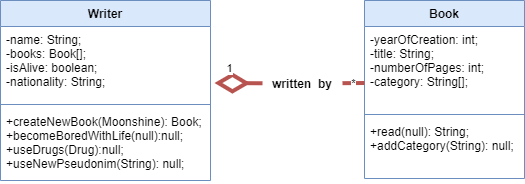
The draw.io diagram 07-AggregationAndComposition/WriterBook.png in Malichenko-Maksym/pp3, before a commit. Source tidied: cells renumbered, new cells last; positions are measured from the earlier drawing's top-left corner, leaving out a move shared by most shapes. The source it was exported from:
```xml
<mxGraphModel>
  <root>
    <mxCell id="0" />
    <mxCell id="1" parent="0" />
    <mxCell id="2" value="Writer" style="swimlane;fontStyle=1;align=center;verticalAlign=top;horizontal=1;startSize=26;fillColor=#dae8fc;strokeColor=#6c8ebf;fontColor=#000000;" parent="1" vertex="1">
      <mxGeometry width="210" height="180" as="geometry" />
    </mxCell>
    <mxCell id="3" value="-name: String;&#10;-books: Book[];&#10;-isAlive: boolean;&#10;-nationality: String;" style="text;strokeColor=none;fillColor=none;align=left;verticalAlign=top;spacingLeft=4;spacingRight=4;overflow=hidden;" parent="2" vertex="1">
      <mxGeometry y="26" width="210" height="74" as="geometry" />
    </mxCell>
    <mxCell id="4" style="line;strokeWidth=1;fillColor=none;align=left;verticalAlign=middle;spacingTop=-1;spacingLeft=3;spacingRight=3;labelPosition=right;strokeColor=inherit;" parent="2" vertex="1">
      <mxGeometry y="100" width="210" height="8" as="geometry" />
    </mxCell>
    <mxCell id="5" value="+createNewBook(Moonshine): Book;&#10;+becomeBoredWithLife(null):null;&#10;+useDrugs(Drug):null;&#10;+useNewPseudonim(String): null;&#10;" style="text;strokeColor=none;fillColor=none;align=left;verticalAlign=top;spacingLeft=4;spacingRight=4;overflow=hidden;" parent="2" vertex="1">
      <mxGeometry y="108" width="210" height="72" as="geometry" />
    </mxCell>
    <mxCell id="6" value="Book" style="swimlane;fontStyle=1;align=center;verticalAlign=top;horizontal=1;startSize=26;fillColor=#dae8fc;strokeColor=#6c8ebf;fontColor=#000000;" parent="1" vertex="1">
      <mxGeometry x="364" width="160" height="178" as="geometry" />
    </mxCell>
    <mxCell id="7" value="-yearOfCreation: int;&#10;-title: String;&#10;-numberOfPages: int;&#10;-category: String[];&#10;" style="text;strokeColor=none;fillColor=none;align=left;verticalAlign=top;spacingLeft=4;spacingRight=4;overflow=hidden;" parent="6" vertex="1">
      <mxGeometry y="26" width="160" height="84" as="geometry" />
    </mxCell>
    <mxCell id="8" style="line;strokeWidth=1;fillColor=none;align=left;verticalAlign=middle;spacingTop=-1;spacingLeft=3;spacingRight=3;labelPosition=right;strokeColor=inherit;" parent="6" vertex="1">
      <mxGeometry y="110" width="160" height="8" as="geometry" />
    </mxCell>
    <mxCell id="9" value="+read(null): String;&#10;+addCategory(String): null;" style="text;strokeColor=none;fillColor=none;align=left;verticalAlign=top;spacingLeft=4;spacingRight=4;overflow=hidden;" parent="6" vertex="1">
      <mxGeometry y="118" width="160" height="60" as="geometry" />
    </mxCell>
    <mxCell id="10" style="endArrow=diamondThin;endFill=0;endSize=24;html=1;rounded=0;fillColor=#f8cecc;strokeColor=#b85450;strokeWidth=4;startArrow=none;" parent="1" edge="1" source="12">
      <mxGeometry relative="1" as="geometry">
        <mxPoint x="214" y="82.5" as="targetPoint" />
      </mxGeometry>
    </mxCell>
    <mxCell id="11" value="1" style="edgeLabel;html=1;align=center;verticalAlign=middle;fontColor=#000000;labelBackgroundColor=#FFFFFF;" parent="10" vertex="1">
      <mxGeometry x="0.81" relative="1" as="geometry">
        <mxPoint x="10" y="-15" as="offset" />
      </mxGeometry>
    </mxCell>
    <mxCell id="12" value="written  by" style="text;align=center;fontStyle=1;verticalAlign=middle;spacingLeft=3;spacingRight=3;strokeColor=none;points=[[0,0.5],[1,0.5]];portConstraint=eastwest;" parent="1" vertex="1">
      <mxGeometry x="262" y="70" width="80" height="26" as="geometry" />
    </mxCell>
    <mxCell id="13" value="*" style="endArrow=none;endFill=0;endSize=24;html=1;rounded=0;fillColor=#f8cecc;strokeColor=#b85450;strokeWidth=4;" parent="1" edge="1" target="12">
      <mxGeometry relative="1" as="geometry">
        <mxPoint x="364" y="82.5" as="sourcePoint" />
      </mxGeometry>
    </mxCell>
  </root>
</mxGraphModel>
```
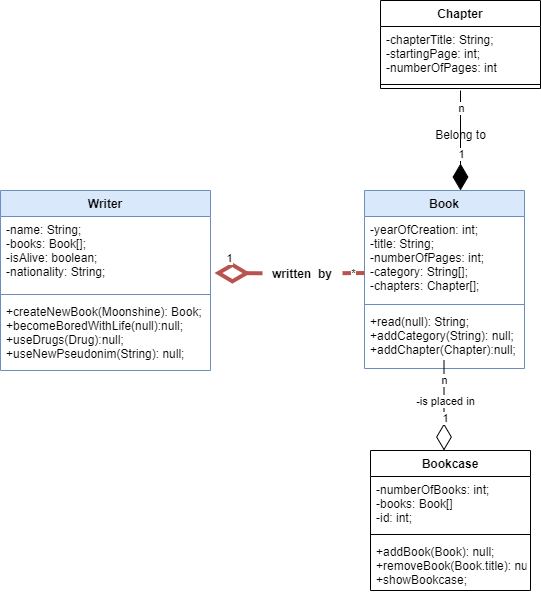
Later version of the same file.

The edit, as a diff of the source:
```diff
@@ -17,13 +17,13 @@
     <mxCell id="6" value="Book" style="swimlane;fontStyle=1;align=center;verticalAlign=top;horizontal=1;startSize=26;fillColor=#dae8fc;strokeColor=#6c8ebf;fontColor=#000000;" parent="1" vertex="1">
       <mxGeometry x="364" width="160" height="178" as="geometry" />
     </mxCell>
-    <mxCell id="7" value="-yearOfCreation: int;&#10;-title: String;&#10;-numberOfPages: int;&#10;-category: String[];&#10;" style="text;strokeColor=none;fillColor=none;align=left;verticalAlign=top;spacingLeft=4;spacingRight=4;overflow=hidden;" parent="6" vertex="1">
+    <mxCell id="7" value="-yearOfCreation: int;&#10;-title: String;&#10;-numberOfPages: int;&#10;-category: String[];&#10;-chapters: Chapter[];&#10;" style="text;strokeColor=none;fillColor=none;align=left;verticalAlign=top;spacingLeft=4;spacingRight=4;overflow=hidden;" parent="6" vertex="1">
       <mxGeometry y="26" width="160" height="84" as="geometry" />
     </mxCell>
     <mxCell id="8" style="line;strokeWidth=1;fillColor=none;align=left;verticalAlign=middle;spacingTop=-1;spacingLeft=3;spacingRight=3;labelPosition=right;strokeColor=inherit;" parent="6" vertex="1">
       <mxGeometry y="110" width="160" height="8" as="geometry" />
     </mxCell>
-    <mxCell id="9" value="+read(null): String;&#10;+addCategory(String): null;" style="text;strokeColor=none;fillColor=none;align=left;verticalAlign=top;spacingLeft=4;spacingRight=4;overflow=hidden;" parent="6" vertex="1">
+    <mxCell id="9" value="+read(null): String;&#10;+addCategory(String): null;&#10;+addChapter(Chapter):null;" style="text;strokeColor=none;fillColor=none;align=left;verticalAlign=top;spacingLeft=4;spacingRight=4;overflow=hidden;" parent="6" vertex="1">
       <mxGeometry y="118" width="160" height="60" as="geometry" />
     </mxCell>
     <mxCell id="10" style="endArrow=diamondThin;endFill=0;endSize=24;html=1;rounded=0;fillColor=#f8cecc;strokeColor=#b85450;strokeWidth=4;startArrow=none;" parent="1" edge="1" source="12">
@@ -44,5 +44,55 @@
         <mxPoint x="364" y="82.5" as="sourcePoint" />
       </mxGeometry>
     </mxCell>
+    <mxCell id="14" value="Bookcase" style="swimlane;fontStyle=1;align=center;verticalAlign=top;horizontal=1;startSize=26;" parent="1" vertex="1">
+      <mxGeometry x="370" y="260" width="160" height="140" as="geometry" />
+    </mxCell>
+    <mxCell id="15" value="-numberOfBooks: int;&#10;-books: Book[]&#10;-id: int;" style="text;strokeColor=none;fillColor=none;align=left;verticalAlign=top;spacingLeft=4;spacingRight=4;overflow=hidden;" parent="14" vertex="1">
+      <mxGeometry y="26" width="160" height="54" as="geometry" />
+    </mxCell>
+    <mxCell id="16" style="line;strokeWidth=1;fillColor=none;align=left;verticalAlign=middle;spacingTop=-1;spacingLeft=3;spacingRight=3;labelPosition=right;strokeColor=inherit;" parent="14" vertex="1">
+      <mxGeometry y="80" width="160" height="8" as="geometry" />
+    </mxCell>
+    <mxCell id="17" value="+addBook(Book): null;&#10;+removeBook(Book.title): null;&#10;+showBookcase;" style="text;strokeColor=none;fillColor=none;align=left;verticalAlign=top;spacingLeft=4;spacingRight=4;overflow=hidden;" parent="14" vertex="1">
+      <mxGeometry y="88" width="160" height="52" as="geometry" />
+    </mxCell>
+    <mxCell id="18" value="n" style="endArrow=diamondThin;endFill=0;endSize=24;html=1;rounded=0;" parent="1" edge="1">
+      <mxGeometry x="-0.56" relative="1" as="geometry">
+        <mxPoint x="443.5" y="170" as="sourcePoint" />
+        <mxPoint x="443.5" y="260" as="targetPoint" />
+      </mxGeometry>
+    </mxCell>
+    <mxCell id="19" value="-is placed in" style="edgeLabel;html=1;align=center;verticalAlign=middle;" parent="18" vertex="1">
+      <mxGeometry x="0.52" y="1" relative="1" as="geometry">
+        <mxPoint y="-29" as="offset" />
+      </mxGeometry>
+    </mxCell>
+    <mxCell id="20" value="1" style="edgeLabel;html=1;align=center;verticalAlign=middle;" parent="18" vertex="1">
+      <mxGeometry x="0.26" y="1" relative="1" as="geometry" />
+    </mxCell>
+    <mxCell id="21" value="Chapter" style="swimlane;fontStyle=1;align=center;verticalAlign=top;horizontal=1;startSize=26;" parent="1" vertex="1">
+      <mxGeometry x="380" y="-190" width="160" height="88" as="geometry" />
+    </mxCell>
+    <mxCell id="22" value="-chapterTitle: String;&#10;-startingPage: int;&#10;-numberOfPages: int" style="text;strokeColor=none;fillColor=none;align=left;verticalAlign=top;spacingLeft=4;spacingRight=4;overflow=hidden;" parent="21" vertex="1">
+      <mxGeometry y="26" width="160" height="54" as="geometry" />
+    </mxCell>
+    <mxCell id="23" style="line;strokeWidth=1;fillColor=none;align=left;verticalAlign=middle;spacingTop=-1;spacingLeft=3;spacingRight=3;labelPosition=right;strokeColor=inherit;" parent="21" vertex="1">
+      <mxGeometry y="80" width="160" height="8" as="geometry" />
+    </mxCell>
+    <mxCell id="24" style="endArrow=diamondThin;endFill=1;endSize=24;html=1;rounded=0;" parent="1" edge="1">
+      <mxGeometry relative="1" as="geometry">
+        <mxPoint x="460" y="-100" as="sourcePoint" />
+        <mxPoint x="460" as="targetPoint" />
+      </mxGeometry>
+    </mxCell>
+    <mxCell id="25" value="n" style="edgeLabel;html=1;align=center;verticalAlign=middle;" parent="24" vertex="1">
+      <mxGeometry x="-0.67" relative="1" as="geometry" />
+    </mxCell>
+    <mxCell id="26" value="1" style="edgeLabel;html=1;align=center;verticalAlign=middle;" parent="24" vertex="1">
+      <mxGeometry x="0.25" relative="1" as="geometry" />
+    </mxCell>
+    <mxCell id="27" value="Belong to" style="text;html=1;align=center;verticalAlign=middle;strokeColor=none;fillColor=none;" parent="1" vertex="1">
+      <mxGeometry x="425" y="-70" width="70" height="30" as="geometry" />
+    </mxCell>
   </root>
 </mxGraphModel>
```
